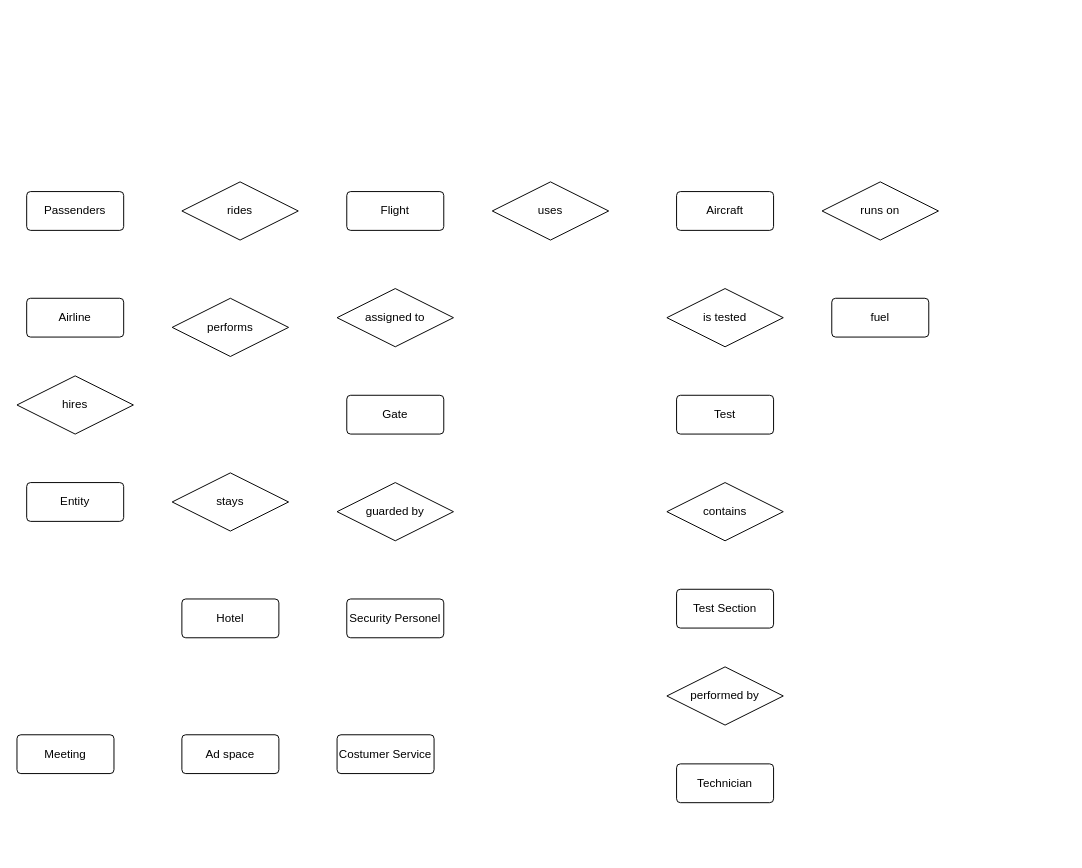
Before: ERD4dbi.drawio in inf2021090/ergasia1-DB1, a draw.io diagram. Source tidied: cells renumbered, new cells numbered last; positions are measured from the earlier drawing's top-left corner, leaving out a move shared by most shapes. Both pictures are drawn from the tidied source at 97%, with x=0, y=0 at pixel (16, 181).
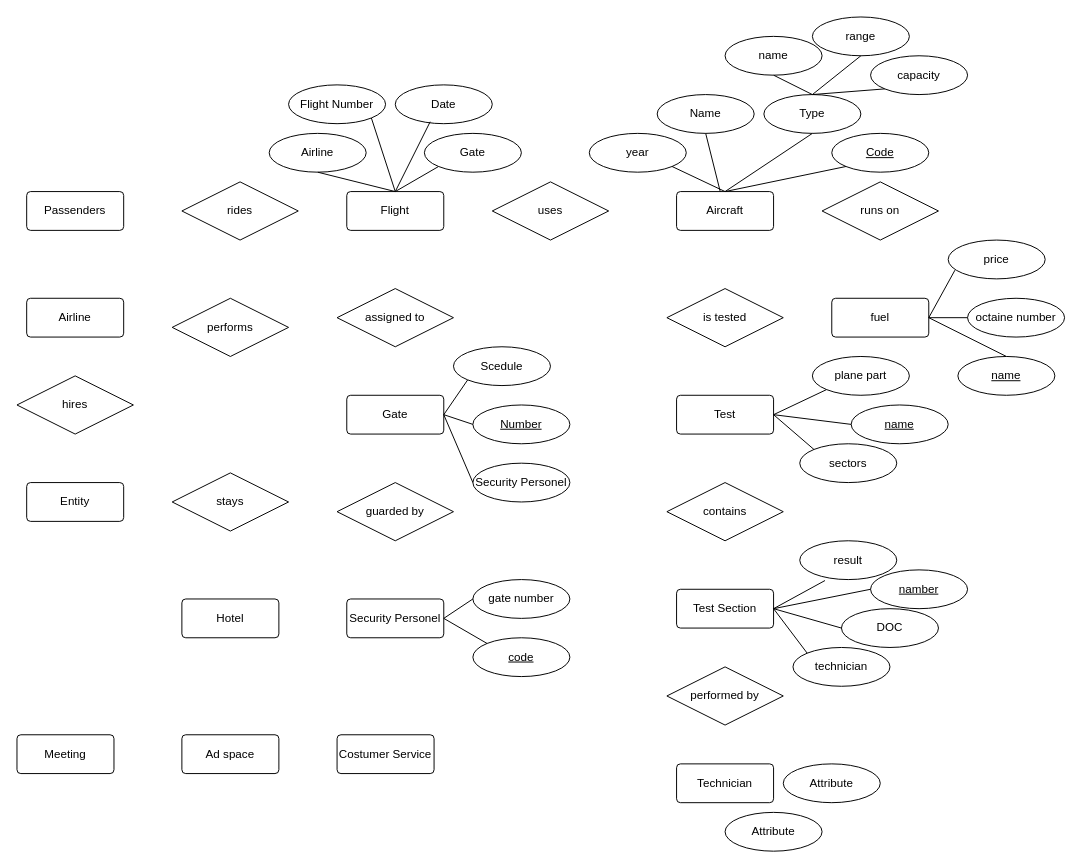
The same diagram, later.

The change refers to these unchanged cells:
```xml
<mxCell id="4" value="Flight" style="rounded=1;arcSize=10;whiteSpace=wrap;html=1;align=center;" parent="1" vertex="1">
  <mxGeometry x="340" y="10" width="100" height="40" as="geometry" />
</mxCell>
<mxCell id="6" value="Aircraft" style="rounded=1;arcSize=10;whiteSpace=wrap;html=1;align=center;" parent="1" vertex="1">
  <mxGeometry x="680" y="10" width="100" height="40" as="geometry" />
</mxCell>
<mxCell id="8" value="Gate" style="rounded=1;arcSize=10;whiteSpace=wrap;html=1;align=center;" parent="1" vertex="1">
  <mxGeometry x="340" y="220" width="100" height="40" as="geometry" />
</mxCell>
<mxCell id="11" value="fuel" style="rounded=1;arcSize=10;whiteSpace=wrap;html=1;align=center;" parent="1" vertex="1">
  <mxGeometry x="840" y="120" width="100" height="40" as="geometry" />
</mxCell>
<mxCell id="13" value="Security Personel" style="rounded=1;arcSize=10;whiteSpace=wrap;html=1;align=center;" parent="1" vertex="1">
  <mxGeometry x="340" y="430" width="100" height="40" as="geometry" />
</mxCell>
<mxCell id="14" value="Test" style="rounded=1;arcSize=10;whiteSpace=wrap;html=1;align=center;" parent="1" vertex="1">
  <mxGeometry x="680" y="220" width="100" height="40" as="geometry" />
</mxCell>
<mxCell id="16" value="Test Section" style="rounded=1;arcSize=10;whiteSpace=wrap;html=1;align=center;" parent="1" vertex="1">
  <mxGeometry x="680" y="420" width="100" height="40" as="geometry" />
</mxCell>
```

Change to the diagram source:
```diff
@@
+    <mxCell id="28" value="Date" style="ellipse;whiteSpace=wrap;html=1;align=center;" parent="1" vertex="1">
+      <mxGeometry x="390" y="-100" width="100" height="40" as="geometry" />
+    </mxCell>
+    <mxCell id="29" value="Gate" style="ellipse;whiteSpace=wrap;html=1;align=center;" parent="1" vertex="1">
+      <mxGeometry x="420" y="-50" width="100" height="40" as="geometry" />
+    </mxCell>
+    <mxCell id="30" value="Airline" style="ellipse;whiteSpace=wrap;html=1;align=center;" parent="1" vertex="1">
+      <mxGeometry x="260" y="-50" width="100" height="40" as="geometry" />
+    </mxCell>
+    <mxCell id="31" value="Flight Number" style="ellipse;whiteSpace=wrap;html=1;align=center;" parent="1" vertex="1">
+      <mxGeometry x="280" y="-100" width="100" height="40" as="geometry" />
+    </mxCell>
+    <mxCell id="32" style="endArrow=none;html=1;rounded=0;entryX=0;entryY=1;entryDx=0;entryDy=0;exitX=0.5;exitY=0;exitDx=0;exitDy=0;" parent="1" edge="1" source="4" target="29">
+      <mxGeometry relative="1" as="geometry" />
+    </mxCell>
+    <mxCell id="33" style="endArrow=none;html=1;rounded=0;exitX=0.5;exitY=0;exitDx=0;exitDy=0;entryX=0.36;entryY=0.95;entryDx=0;entryDy=0;entryPerimeter=0;" parent="1" edge="1" source="4" target="28">
+      <mxGeometry relative="1" as="geometry" />
+    </mxCell>
+    <mxCell id="34" style="endArrow=none;html=1;rounded=0;entryX=1;entryY=1;entryDx=0;entryDy=0;exitX=0.5;exitY=0;exitDx=0;exitDy=0;" parent="1" edge="1" source="4" target="31">
+      <mxGeometry relative="1" as="geometry" />
+    </mxCell>
+    <mxCell id="35" style="endArrow=none;html=1;rounded=0;entryX=0.5;entryY=1;entryDx=0;entryDy=0;exitX=0.5;exitY=0;exitDx=0;exitDy=0;" parent="1" edge="1" source="4" target="30">
+      <mxGeometry relative="1" as="geometry" />
+    </mxCell>
+    <mxCell id="36" value="year" style="ellipse;whiteSpace=wrap;html=1;align=center;" parent="1" vertex="1">
+      <mxGeometry x="590" y="-50" width="100" height="40" as="geometry" />
+    </mxCell>
+    <mxCell id="37" value="Scedule" style="ellipse;whiteSpace=wrap;html=1;align=center;" parent="1" vertex="1">
+      <mxGeometry x="450" y="170" width="100" height="40" as="geometry" />
+    </mxCell>
+    <mxCell id="38" value="Number" style="ellipse;whiteSpace=wrap;html=1;align=center;fontStyle=4;" parent="1" vertex="1">
+      <mxGeometry x="470" y="230" width="100" height="40" as="geometry" />
+    </mxCell>
+    <mxCell id="39" value="Security Personel" style="ellipse;whiteSpace=wrap;html=1;align=center;" parent="1" vertex="1">
+      <mxGeometry x="470" y="290" width="100" height="40" as="geometry" />
+    </mxCell>
+    <mxCell id="40" style="endArrow=none;html=1;rounded=0;entryX=0;entryY=0.5;entryDx=0;entryDy=0;" parent="1" edge="1" target="38">
+      <mxGeometry relative="1" as="geometry">
+        <mxPoint x="440" y="240" as="sourcePoint" />
+      </mxGeometry>
+    </mxCell>
+    <mxCell id="41" style="endArrow=none;html=1;rounded=0;entryX=0;entryY=1;entryDx=0;entryDy=0;exitX=1;exitY=0.5;exitDx=0;exitDy=0;" parent="1" edge="1" source="8" target="37">
+      <mxGeometry relative="1" as="geometry" />
+    </mxCell>
+    <mxCell id="42" style="endArrow=none;html=1;rounded=0;exitX=0;exitY=0.5;exitDx=0;exitDy=0;entryX=1;entryY=0.5;entryDx=0;entryDy=0;" parent="1" edge="1" source="39" target="8">
+      <mxGeometry relative="1" as="geometry" />
+    </mxCell>
+    <mxCell id="43" value="Name" style="ellipse;whiteSpace=wrap;html=1;align=center;" parent="1" vertex="1">
+      <mxGeometry x="660" y="-90" width="100" height="40" as="geometry" />
+    </mxCell>
+    <mxCell id="44" value="Type" style="ellipse;whiteSpace=wrap;html=1;align=center;" parent="1" vertex="1">
+      <mxGeometry x="770" y="-90" width="100" height="40" as="geometry" />
+    </mxCell>
+    <mxCell id="45" value="Code" style="ellipse;whiteSpace=wrap;html=1;align=center;fontStyle=4;" parent="1" vertex="1">
+      <mxGeometry x="840" y="-50" width="100" height="40" as="geometry" />
+    </mxCell>
+    <mxCell id="46" style="endArrow=none;html=1;rounded=0;exitX=0.5;exitY=0;exitDx=0;exitDy=0;entryX=0.5;entryY=1;entryDx=0;entryDy=0;" parent="1" edge="1" source="6" target="44">
+      <mxGeometry relative="1" as="geometry" />
+    </mxCell>
+    <mxCell id="47" style="endArrow=none;html=1;rounded=0;entryX=0.5;entryY=1;entryDx=0;entryDy=0;" parent="1" edge="1" source="6" target="43">
+      <mxGeometry relative="1" as="geometry" />
+    </mxCell>
+    <mxCell id="48" style="endArrow=none;html=1;rounded=0;exitX=0.5;exitY=0;exitDx=0;exitDy=0;entryX=1;entryY=1;entryDx=0;entryDy=0;" parent="1" edge="1" source="6" target="36">
+      <mxGeometry relative="1" as="geometry" />
+    </mxCell>
+    <mxCell id="49" style="endArrow=none;html=1;rounded=0;entryX=0;entryY=1;entryDx=0;entryDy=0;exitX=0.5;exitY=0;exitDx=0;exitDy=0;" parent="1" edge="1" source="6" target="45">
+      <mxGeometry relative="1" as="geometry" />
+    </mxCell>
+    <mxCell id="50" value="range" style="ellipse;whiteSpace=wrap;html=1;align=center;" parent="1" vertex="1">
+      <mxGeometry x="820" y="-170" width="100" height="40" as="geometry" />
+    </mxCell>
+    <mxCell id="51" value="capacity" style="ellipse;whiteSpace=wrap;html=1;align=center;" parent="1" vertex="1">
+      <mxGeometry x="880" y="-130" width="100" height="40" as="geometry" />
+    </mxCell>
+    <mxCell id="52" value="name" style="ellipse;whiteSpace=wrap;html=1;align=center;" parent="1" vertex="1">
+      <mxGeometry x="730" y="-150" width="100" height="40" as="geometry" />
+    </mxCell>
+    <mxCell id="53" style="endArrow=none;html=1;rounded=0;exitX=0.5;exitY=0;exitDx=0;exitDy=0;entryX=0;entryY=1;entryDx=0;entryDy=0;" parent="1" edge="1" source="44" target="51">
+      <mxGeometry relative="1" as="geometry" />
+    </mxCell>
+    <mxCell id="54" style="endArrow=none;html=1;rounded=0;entryX=0.5;entryY=1;entryDx=0;entryDy=0;exitX=0.5;exitY=0;exitDx=0;exitDy=0;" parent="1" edge="1" source="44" target="50">
+      <mxGeometry relative="1" as="geometry" />
+    </mxCell>
+    <mxCell id="55" style="endArrow=none;html=1;rounded=0;exitX=0.5;exitY=0;exitDx=0;exitDy=0;entryX=0.5;entryY=1;entryDx=0;entryDy=0;" parent="1" edge="1" source="44" target="52">
+      <mxGeometry relative="1" as="geometry" />
+    </mxCell>
+    <mxCell id="56" value="price" style="ellipse;whiteSpace=wrap;html=1;align=center;" parent="1" vertex="1">
+      <mxGeometry x="960" y="60" width="100" height="40" as="geometry" />
+    </mxCell>
+    <mxCell id="57" value="octaine number" style="ellipse;whiteSpace=wrap;html=1;align=center;" parent="1" vertex="1">
+      <mxGeometry x="980" y="120" width="100" height="40" as="geometry" />
+    </mxCell>
+    <mxCell id="58" value="name" style="ellipse;whiteSpace=wrap;html=1;align=center;fontStyle=4;" parent="1" vertex="1">
+      <mxGeometry x="970" y="180" width="100" height="40" as="geometry" />
+    </mxCell>
+    <mxCell id="59" style="endArrow=none;html=1;rounded=0;entryX=0.07;entryY=0.775;entryDx=0;entryDy=0;entryPerimeter=0;exitX=1;exitY=0.5;exitDx=0;exitDy=0;" parent="1" edge="1" source="11" target="56">
+      <mxGeometry relative="1" as="geometry" />
+    </mxCell>
+    <mxCell id="60" style="endArrow=none;html=1;rounded=0;exitX=1;exitY=0.5;exitDx=0;exitDy=0;entryX=0;entryY=0.5;entryDx=0;entryDy=0;" parent="1" edge="1" source="11" target="57">
+      <mxGeometry relative="1" as="geometry" />
+    </mxCell>
+    <mxCell id="61" style="endArrow=none;html=1;rounded=0;exitX=1;exitY=0.5;exitDx=0;exitDy=0;entryX=0.5;entryY=0;entryDx=0;entryDy=0;" parent="1" edge="1" source="11" target="58">
+      <mxGeometry relative="1" as="geometry" />
+    </mxCell>
+    <mxCell id="62" value="gate number" style="ellipse;whiteSpace=wrap;html=1;align=center;" parent="1" vertex="1">
+      <mxGeometry x="470" y="410" width="100" height="40" as="geometry" />
+    </mxCell>
+    <mxCell id="63" value="code" style="ellipse;whiteSpace=wrap;html=1;align=center;fontStyle=4;" parent="1" vertex="1">
+      <mxGeometry x="470" y="470" width="100" height="40" as="geometry" />
+    </mxCell>
+    <mxCell id="64" style="endArrow=none;html=1;rounded=0;exitX=1;exitY=0.5;exitDx=0;exitDy=0;entryX=0;entryY=0.5;entryDx=0;entryDy=0;" parent="1" edge="1" source="13" target="62">
+      <mxGeometry relative="1" as="geometry" />
+    </mxCell>
+    <mxCell id="65" style="endArrow=none;html=1;rounded=0;exitX=1;exitY=0.5;exitDx=0;exitDy=0;entryX=0;entryY=0;entryDx=0;entryDy=0;" parent="1" edge="1" source="13" target="63">
+      <mxGeometry relative="1" as="geometry" />
+    </mxCell>
+    <mxCell id="66" value="plane part" style="ellipse;whiteSpace=wrap;html=1;align=center;" parent="1" vertex="1">
+      <mxGeometry x="820" y="180" width="100" height="40" as="geometry" />
+    </mxCell>
+    <mxCell id="67" value="sectors" style="ellipse;whiteSpace=wrap;html=1;align=center;" parent="1" vertex="1">
+      <mxGeometry x="807" y="270" width="100" height="40" as="geometry" />
+    </mxCell>
+    <mxCell id="68" value="name" style="ellipse;whiteSpace=wrap;html=1;align=center;fontStyle=4;" parent="1" vertex="1">
+      <mxGeometry x="860" y="230" width="100" height="40" as="geometry" />
+    </mxCell>
+    <mxCell id="69" value="result" style="ellipse;whiteSpace=wrap;html=1;align=center;" parent="1" vertex="1">
+      <mxGeometry x="807" y="370" width="100" height="40" as="geometry" />
+    </mxCell>
+    <mxCell id="70" value="DOC" style="ellipse;whiteSpace=wrap;html=1;align=center;" parent="1" vertex="1">
+      <mxGeometry x="850" y="440" width="100" height="40" as="geometry" />
+    </mxCell>
+    <mxCell id="71" value="technician" style="ellipse;whiteSpace=wrap;html=1;align=center;" parent="1" vertex="1">
+      <mxGeometry x="800" y="480" width="100" height="40" as="geometry" />
+    </mxCell>
+    <mxCell id="72" value="namber" style="ellipse;whiteSpace=wrap;html=1;align=center;fontStyle=4;" parent="1" vertex="1">
+      <mxGeometry x="880" y="400" width="100" height="40" as="geometry" />
+    </mxCell>
+    <mxCell id="73" value="Attribute" style="ellipse;whiteSpace=wrap;html=1;align=center;" parent="1" vertex="1">
+      <mxGeometry x="790" y="600" width="100" height="40" as="geometry" />
+    </mxCell>
+    <mxCell id="74" value="Attribute" style="ellipse;whiteSpace=wrap;html=1;align=center;" parent="1" vertex="1">
+      <mxGeometry x="730" y="650" width="100" height="40" as="geometry" />
+    </mxCell>
+    <mxCell id="75" style="endArrow=none;html=1;rounded=0;exitX=1;exitY=0.5;exitDx=0;exitDy=0;entryX=0;entryY=0.5;entryDx=0;entryDy=0;entryPerimeter=0;" parent="1" edge="1" source="16" target="72">
+      <mxGeometry relative="1" as="geometry" />
+    </mxCell>
+    <mxCell id="76" style="endArrow=none;html=1;rounded=0;exitX=1;exitY=0.5;exitDx=0;exitDy=0;entryX=0.26;entryY=1.025;entryDx=0;entryDy=0;entryPerimeter=0;" parent="1" edge="1" source="16" target="69">
+      <mxGeometry relative="1" as="geometry" />
+    </mxCell>
+    <mxCell id="77" style="endArrow=none;html=1;rounded=0;exitX=1;exitY=0.5;exitDx=0;exitDy=0;entryX=0;entryY=0.5;entryDx=0;entryDy=0;" parent="1" edge="1" source="16" target="70">
+      <mxGeometry relative="1" as="geometry" />
+    </mxCell>
+    <mxCell id="78" style="endArrow=none;html=1;rounded=0;exitX=1;exitY=0.5;exitDx=0;exitDy=0;entryX=0;entryY=0;entryDx=0;entryDy=0;" parent="1" edge="1" source="16" target="71">
+      <mxGeometry relative="1" as="geometry" />
+    </mxCell>
+    <mxCell id="79" style="endArrow=none;html=1;rounded=0;exitX=1;exitY=0.5;exitDx=0;exitDy=0;entryX=0;entryY=1;entryDx=0;entryDy=0;" parent="1" edge="1" source="14" target="66">
+      <mxGeometry relative="1" as="geometry" />
+    </mxCell>
+    <mxCell id="80" style="endArrow=none;html=1;rounded=0;exitX=1;exitY=0.5;exitDx=0;exitDy=0;entryX=0;entryY=0.5;entryDx=0;entryDy=0;" parent="1" edge="1" source="14" target="68">
+      <mxGeometry relative="1" as="geometry" />
+    </mxCell>
+    <mxCell id="81" style="endArrow=none;html=1;rounded=0;exitX=1;exitY=0.5;exitDx=0;exitDy=0;entryX=0;entryY=0;entryDx=0;entryDy=0;" parent="1" edge="1" source="14" target="67">
+      <mxGeometry relative="1" as="geometry" />
+    </mxCell>
```
